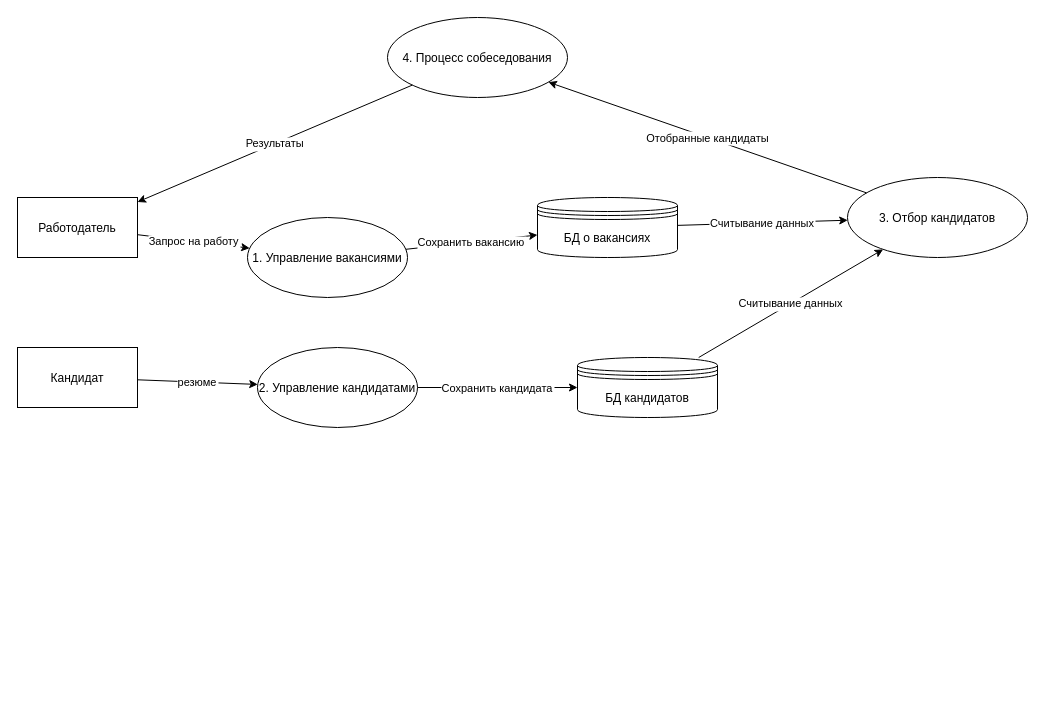
The draw.io diagram page "DFD Level 1" (2 of 2) of DFD.drawio in Regdal-cyber/Coursework, before the edit. Source tidied: cells renumbered, new cells numbered last; positions are measured from the earlier drawing's top-left corner, leaving out a move shared by most shapes. Both pictures are drawn from the tidied source at 100%, with x=0, y=0 at pixel (17, 17).
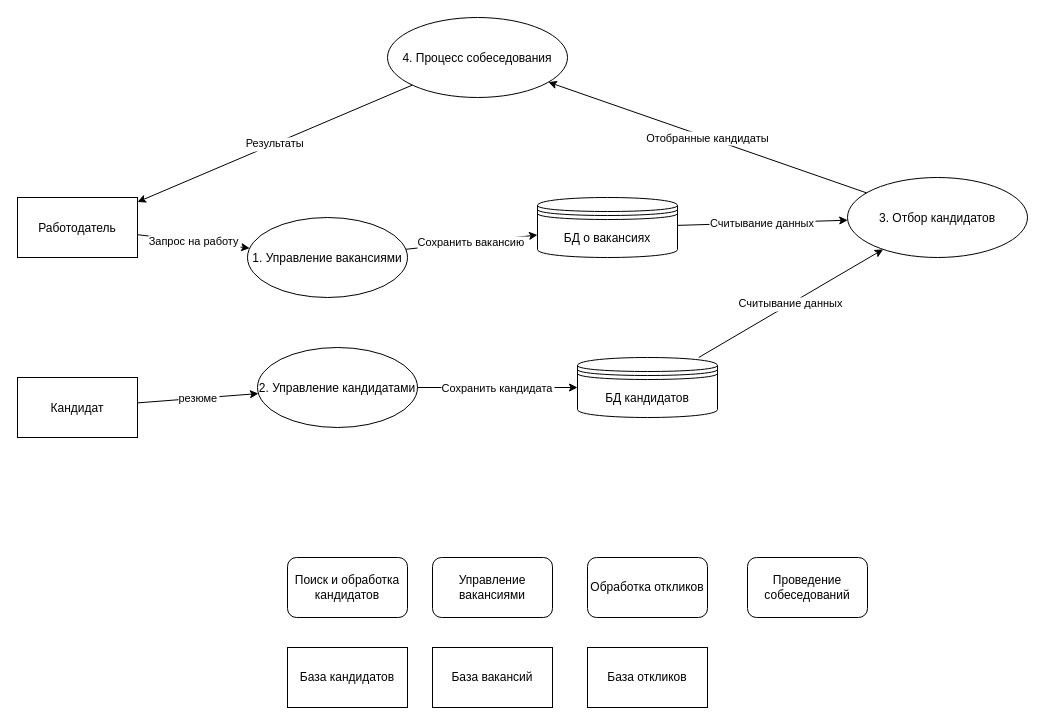
Above is the later version.

Diff of the diagram source:
```diff
@@
     <mxCell id="3" value="Кандидат" style="shape=rectangle;" parent="1" vertex="1">
-      <mxGeometry y="330" width="120" height="60" as="geometry" />
+      <mxGeometry y="360" width="120" height="60" as="geometry" />
     </mxCell>
@@
+    <mxCell id="18" value="Поиск и обработка кандидатов" style="rounded=1;whiteSpace=wrap;html=1;" parent="1" vertex="1">
+      <mxGeometry x="270" y="540" width="120" height="60" as="geometry" />
+    </mxCell>
+    <mxCell id="19" value="Проведение собеседований" style="rounded=1;whiteSpace=wrap;html=1;" parent="1" vertex="1">
+      <mxGeometry x="730" y="540" width="120" height="60" as="geometry" />
+    </mxCell>
+    <mxCell id="20" value="Обработка откликов" style="rounded=1;whiteSpace=wrap;html=1;" parent="1" vertex="1">
+      <mxGeometry x="570" y="540" width="120" height="60" as="geometry" />
+    </mxCell>
+    <mxCell id="21" value="Управление вакансиями" style="rounded=1;whiteSpace=wrap;html=1;" parent="1" vertex="1">
+      <mxGeometry x="415" y="540" width="120" height="60" as="geometry" />
+    </mxCell>
+    <mxCell id="22" value="База кандидатов" style="rounded=0;whiteSpace=wrap;html=1;" parent="1" vertex="1">
+      <mxGeometry x="270" y="630" width="120" height="60" as="geometry" />
+    </mxCell>
+    <mxCell id="23" value="База вакансий" style="rounded=0;whiteSpace=wrap;html=1;" parent="1" vertex="1">
+      <mxGeometry x="415" y="630" width="120" height="60" as="geometry" />
+    </mxCell>
+    <mxCell id="24" value="База откликов" style="rounded=0;whiteSpace=wrap;html=1;" parent="1" vertex="1">
+      <mxGeometry x="570" y="630" width="120" height="60" as="geometry" />
+    </mxCell>
```
